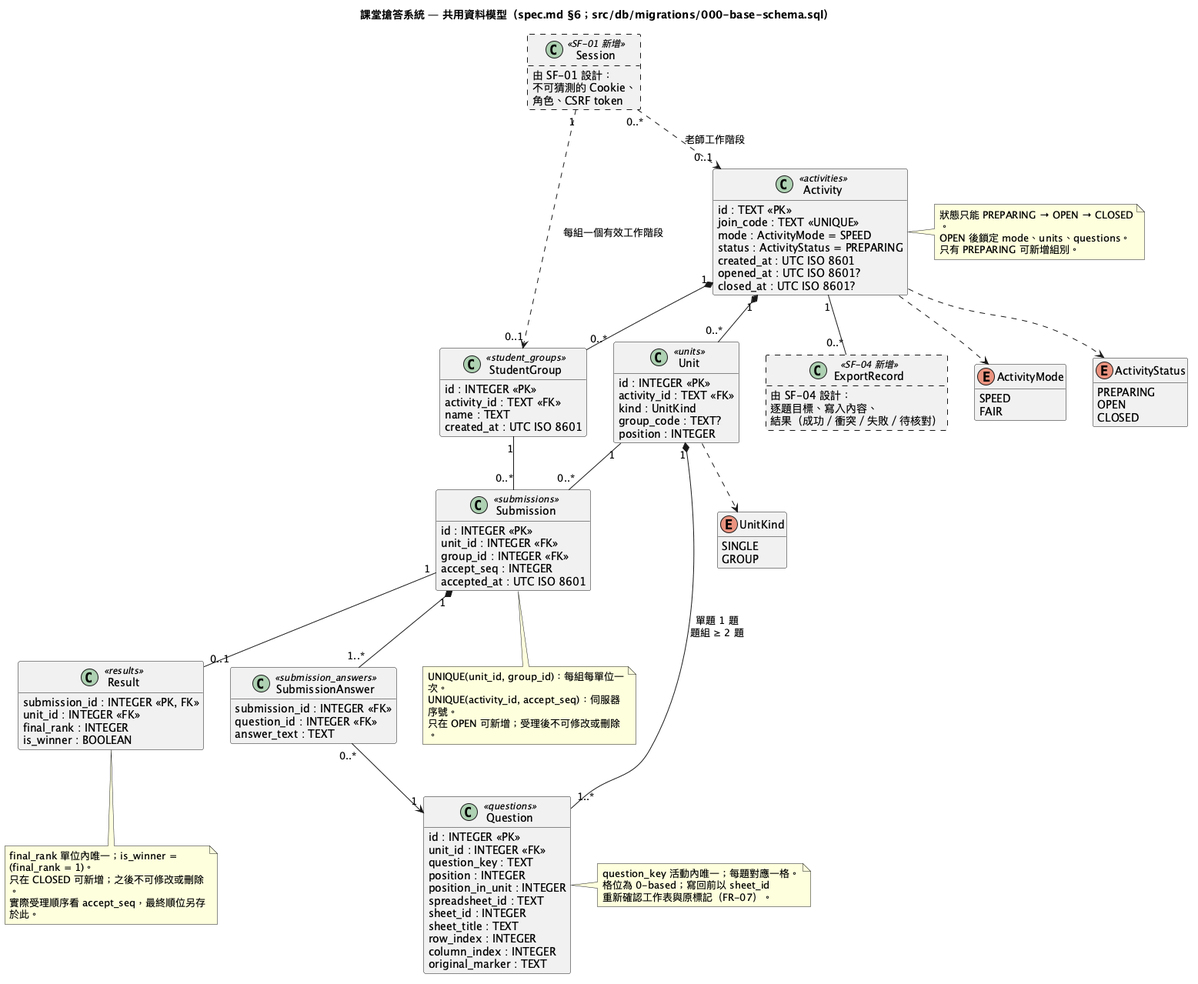
The PlantUML diagram diagrams/system-class.png in tom1030507/classroom-buzzer-system-speckit, before a commit. Source of this version:
```plantuml
@startuml system-class
title 課堂搶答系統 — 共用資料模型（spec.md §6；src/db/migrations/000-base-schema.sql）
skinparam shadowing false
skinparam classAttributeIconSize 0
skinparam wrapWidth 260
hide empty methods

enum ActivityStatus {
  PREPARING
  OPEN
  CLOSED
}

enum ActivityMode {
  SPEED
  FAIR
}

enum UnitKind {
  SINGLE
  GROUP
}

class Activity <<activities>> {
  id : TEXT <<PK>>
  join_code : TEXT <<UNIQUE>>
  mode : ActivityMode = SPEED
  status : ActivityStatus = PREPARING
  created_at : UTC ISO 8601
  opened_at : UTC ISO 8601?
  closed_at : UTC ISO 8601?
}

class StudentGroup <<student_groups>> {
  id : INTEGER <<PK>>
  activity_id : TEXT <<FK>>
  name : TEXT
  created_at : UTC ISO 8601
}

class Unit <<units>> {
  id : INTEGER <<PK>>
  activity_id : TEXT <<FK>>
  kind : UnitKind
  group_code : TEXT?
  position : INTEGER
}

class Question <<questions>> {
  id : INTEGER <<PK>>
  unit_id : INTEGER <<FK>>
  question_key : TEXT
  position : INTEGER
  position_in_unit : INTEGER
  spreadsheet_id : TEXT
  sheet_id : INTEGER
  sheet_title : TEXT
  row_index : INTEGER
  column_index : INTEGER
  original_marker : TEXT
}

class Submission <<submissions>> {
  id : INTEGER <<PK>>
  unit_id : INTEGER <<FK>>
  group_id : INTEGER <<FK>>
  accept_seq : INTEGER
  accepted_at : UTC ISO 8601
}

class SubmissionAnswer <<submission_answers>> {
  submission_id : INTEGER <<FK>>
  question_id : INTEGER <<FK>>
  answer_text : TEXT
}

class Result <<results>> {
  submission_id : INTEGER <<PK, FK>>
  unit_id : INTEGER <<FK>>
  final_rank : INTEGER
  is_winner : BOOLEAN
}

class Session <<SF-01 新增>> #line.dashed {
  由 SF-01 設計：
  不可猜測的 Cookie、
  角色、CSRF token
}

class ExportRecord <<SF-04 新增>> #line.dashed {
  由 SF-04 設計：
  逐題目標、寫入內容、
  結果（成功／衝突／失敗／待核對）
}

Activity "1" *-- "0..*" StudentGroup
Activity "1" *-- "0..*" Unit
Unit "1" *-- "1..*" Question : 單題 1 題\n題組 ≥ 2 題
Unit "1" -- "0..*" Submission
StudentGroup "1" -- "0..*" Submission
Submission "1" *-- "1..*" SubmissionAnswer
SubmissionAnswer "0..*" --> "1" Question
Submission "1" -- "0..1" Result
Activity "1" -- "0..*" ExportRecord
Session "0..*" ..> "0..1" Activity : 老師工作階段
Session "1" ..> "0..1" StudentGroup : 每組一個有效工作階段
Activity ..> ActivityStatus
Activity ..> ActivityMode
Unit ..> UnitKind

note right of Activity
  狀態只能 PREPARING → OPEN → CLOSED。
  OPEN 後鎖定 mode、units、questions。
  只有 PREPARING 可新增組別。
end note

note right of Question
  question_key 活動內唯一；每題對應一格。
  格位為 0-based；寫回前以 sheet_id
  重新確認工作表與原標記（FR-07）。
end note

note bottom of Submission
  UNIQUE(unit_id, group_id)：每組每單位一次。
  UNIQUE(activity_id, accept_seq)：伺服器序號。
  只在 OPEN 可新增；受理後不可修改或刪除。
end note

note bottom of Result
  final_rank 單位內唯一；is_winner = (final_rank = 1)。
  只在 CLOSED 可新增；之後不可修改或刪除。
  實際受理順序看 accept_seq，最終順位另存於此。
end note
@enduml
```
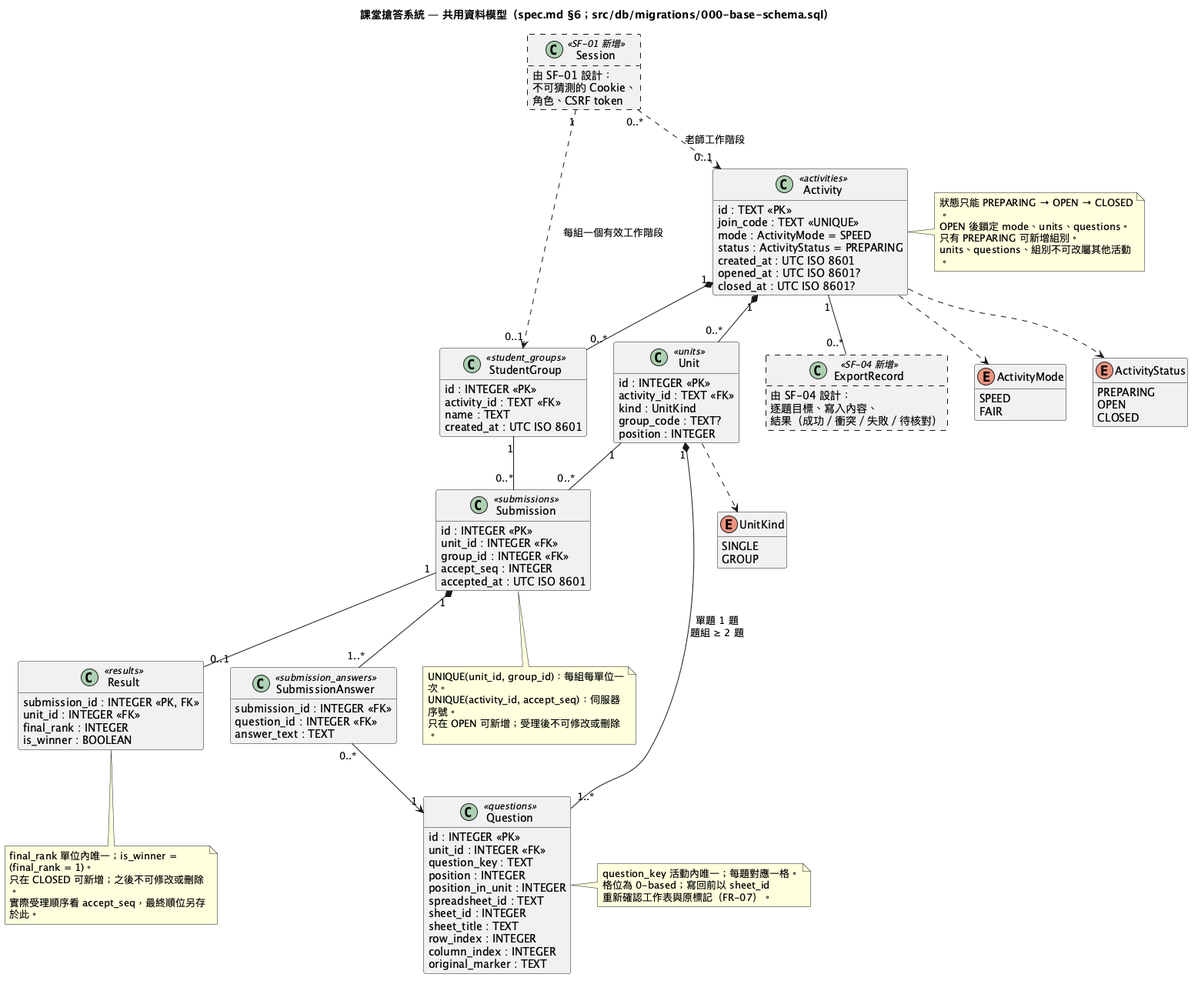
After the change.

Commit message:
docs(diagrams): note that rows cannot move to another activity

What changed in the source:
```diff
@@ -112,6 +112,7 @@
   狀態只能 PREPARING → OPEN → CLOSED。
   OPEN 後鎖定 mode、units、questions。
   只有 PREPARING 可新增組別。
+  units、questions、組別不可改屬其他活動。
 end note
 
 note right of Question
```
